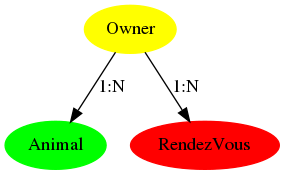
Earlier version of the Graphviz export image/model.dot.png (VincentRavera/django-petclinic). Its source is kept beside it as image/model.dot.
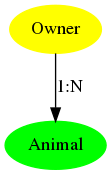
Later version of the same file.

Commit message:
Simplified model

Diff of the diagram source:
```diff
@@ -1,7 +1,5 @@
 digraph {
 	Animal [label=Animal color=green shape="" style=filled]
-	RendezVous [label=RendezVous color=red shape="" style=filled]
 	Owner [label=Owner color=yellow shape="" style=filled]
 	Owner -> Animal [label="1:N"]
-	Owner -> RendezVous [label="1:N"]
 }
```
